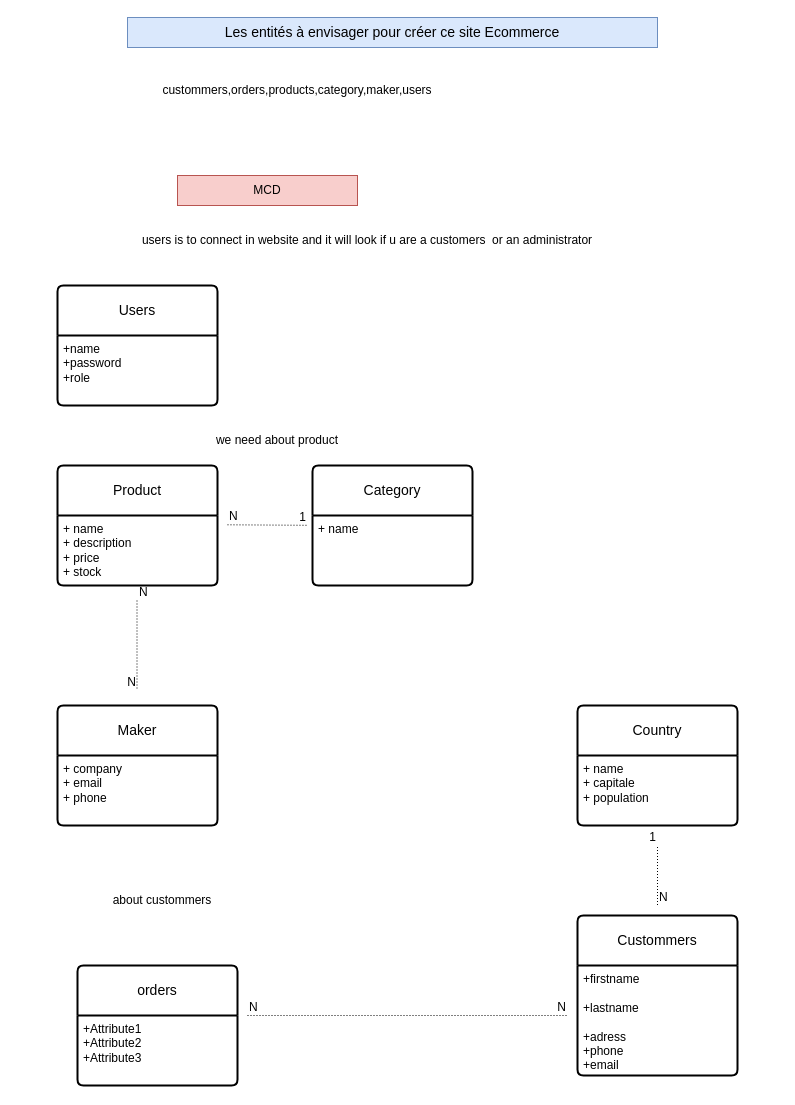
Earlier version of the draw.io diagram MCD-MLD-MPD(drawio)/MCD.drawio (Clement2909/SAYNA-MERISESQL-ECOMMERCE). Source tidied: cells renumbered, new cells numbered last; positions are measured from the earlier drawing's top-left corner, leaving out a move shared by most shapes. Both pictures are drawn from the tidied source at 100%, with x=0, y=0 at pixel (17, 17).
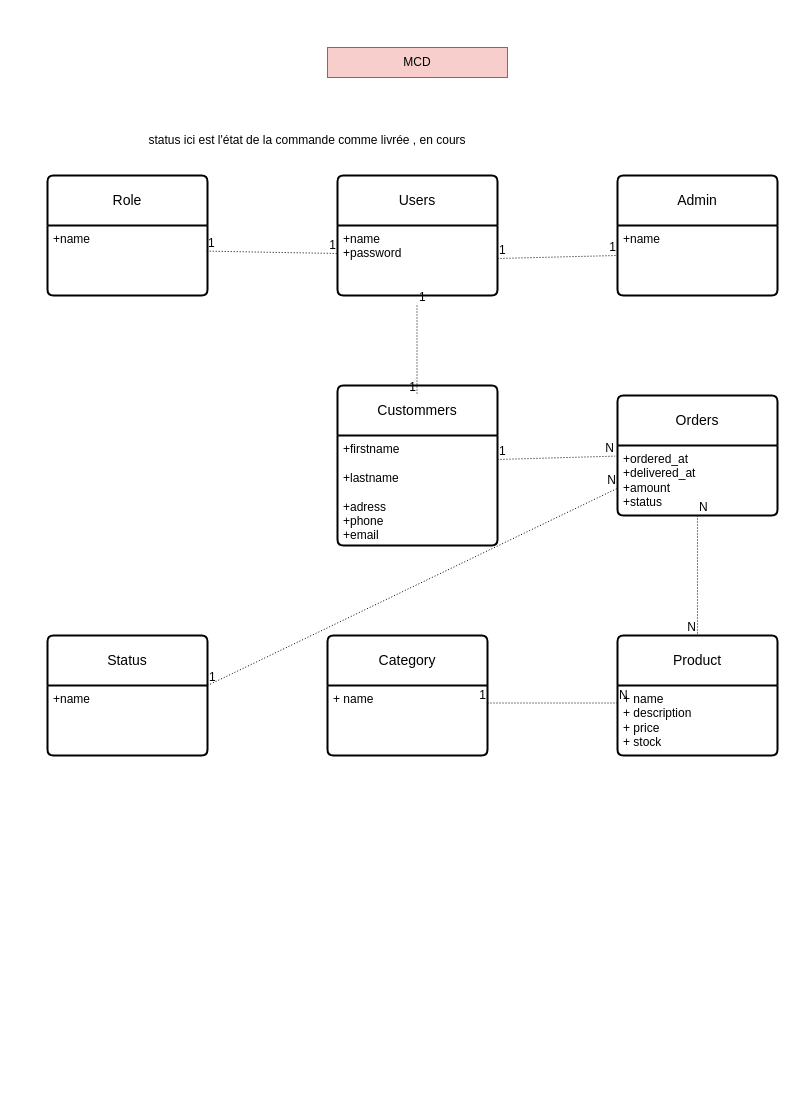
The same page after the edit.

The change refers to these unchanged cells:
```xml
<mxCell id="4" value="+ name&lt;br&gt;+ description&lt;div&gt;+ price&lt;div&gt;+ stock&lt;/div&gt;&lt;/div&gt;" style="align=left;strokeColor=none;fillColor=none;spacingLeft=4;fontSize=12;verticalAlign=top;html=1;" parent="3" vertex="1">
  <mxGeometry y="50" width="160" height="70" as="geometry" />
</mxCell>
<mxCell id="6" value="+ name&lt;div&gt;&lt;br/&gt;&lt;/div&gt;" style="align=left;strokeColor=none;fillColor=none;spacingLeft=4;fontSize=12;verticalAlign=top;html=1;" parent="5" vertex="1">
  <mxGeometry y="50" width="160" height="70" as="geometry" />
</mxCell>
```

What changed in the source:
```diff
@@
-    <mxCell id="2" value="&lt;font style=&quot;font-size: 14px;&quot;&gt;Les entités à envisager pour créer ce site Ecommerce&lt;/font&gt;" style="text;html=1;align=center;verticalAlign=middle;whiteSpace=wrap;rounded=0;fillColor=#dae8fc;strokeColor=#6c8ebf;" parent="1" vertex="1">
-      <mxGeometry x="110" width="530" height="30" as="geometry" />
-    </mxCell>
     <mxCell id="3" value="Product" style="swimlane;horizontal=1;startSize=50;rounded=1;fontSize=14;fontStyle=0;strokeWidth=2;shadow=0;dashed=0;align=center;arcSize=4;whiteSpace=wrap;html=1;" parent="1" vertex="1">
-      <mxGeometry x="40" y="448" width="160" height="120" as="geometry" />
+      <mxGeometry x="600" y="618" width="160" height="120" as="geometry" />
     </mxCell>
@@
     <mxCell id="5" value="Category" style="swimlane;horizontal=1;startSize=50;rounded=1;fontSize=14;fontStyle=0;strokeWidth=2;shadow=0;dashed=0;align=center;arcSize=4;whiteSpace=wrap;html=1;" parent="1" vertex="1">
-      <mxGeometry x="295" y="448" width="160" height="120" as="geometry" />
+      <mxGeometry x="310" y="618" width="160" height="120" as="geometry" />
     </mxCell>
@@
-    <mxCell id="7" value="Maker" style="swimlane;horizontal=1;startSize=50;rounded=1;fontSize=14;fontStyle=0;strokeWidth=2;shadow=0;dashed=0;align=center;arcSize=4;whiteSpace=wrap;html=1;" parent="1" vertex="1">
-      <mxGeometry x="40" y="688" width="160" height="120" as="geometry" />
-    </mxCell>
-    <mxCell id="8" value="+ company&lt;br&gt;+ email&lt;div&gt;&lt;span style=&quot;background-color: initial;&quot;&gt;+ phone&lt;/span&gt;&lt;/div&gt;" style="align=left;strokeColor=none;fillColor=none;spacingLeft=4;fontSize=12;verticalAlign=top;html=1;" parent="7" vertex="1">
-      <mxGeometry y="50" width="160" height="70" as="geometry" />
-    </mxCell>
-    <mxCell id="9" value="Country" style="swimlane;horizontal=1;startSize=50;rounded=1;fontSize=14;fontStyle=0;strokeWidth=2;shadow=0;dashed=0;align=center;arcSize=4;whiteSpace=wrap;html=1;" parent="1" vertex="1">
-      <mxGeometry x="560" y="688" width="160" height="120" as="geometry" />
-    </mxCell>
-    <mxCell id="10" value="+ name&lt;br&gt;+ capitale&lt;br&gt;+ population" style="align=left;strokeColor=none;fillColor=none;spacingLeft=4;fontSize=12;verticalAlign=top;html=1;" parent="9" vertex="1">
-      <mxGeometry y="50" width="160" height="70" as="geometry" />
-    </mxCell>
     <mxCell id="11" value="MCD" style="text;html=1;align=center;verticalAlign=middle;whiteSpace=wrap;rounded=0;fillColor=#f8cecc;strokeColor=#b85450;" parent="1" vertex="1">
-      <mxGeometry x="160" y="158" width="180" height="30" as="geometry" />
+      <mxGeometry x="310" y="30" width="180" height="30" as="geometry" />
     </mxCell>
-    <mxCell id="12" style="endArrow=none;html=1;rounded=0;dashed=1;dashPattern=1 2;" parent="1" edge="1">
-      <mxGeometry relative="1" as="geometry">
-        <mxPoint x="210" y="507.3" as="sourcePoint" />
-        <mxPoint x="290" y="507.8" as="targetPoint" />
-      </mxGeometry>
+    <mxCell id="12" style="endArrow=none;html=1;rounded=0;dashed=1;dashPattern=1 2;exitX=0;exitY=0.25;exitDx=0;exitDy=0;entryX=1;entryY=0.25;entryDx=0;entryDy=0;" parent="1" edge="1" source="4" target="6">
+      <mxGeometry relative="1" as="geometry" />
     </mxCell>
@@
-    <mxCell id="15" style="endArrow=none;html=1;rounded=0;dashed=1;dashPattern=1 2;" parent="1" edge="1">
-      <mxGeometry relative="1" as="geometry">
-        <mxPoint x="640" y="887.5" as="sourcePoint" />
-        <mxPoint x="640" y="828" as="targetPoint" />
-      </mxGeometry>
-    </mxCell>
-    <mxCell id="16" value="N" style="html=1;whiteSpace=wrap;align=left;verticalAlign=bottom;" parent="15" vertex="1">
-      <mxGeometry x="-1" relative="1" as="geometry" />
-    </mxCell>
-    <mxCell id="17" value="1" style="html=1;whiteSpace=wrap;align=right;verticalAlign=bottom;" parent="15" vertex="1">
-      <mxGeometry x="1" relative="1" as="geometry" />
-    </mxCell>
-    <mxCell id="18" style="endArrow=none;html=1;rounded=0;dashed=1;dashPattern=1 2;" parent="1" edge="1">
-      <mxGeometry relative="1" as="geometry">
-        <mxPoint x="119.5" y="583" as="sourcePoint" />
-        <mxPoint x="119.5" y="673" as="targetPoint" />
-      </mxGeometry>
-    </mxCell>
-    <mxCell id="19" value="N" style="html=1;whiteSpace=wrap;align=left;verticalAlign=bottom;" parent="18" vertex="1">
-      <mxGeometry x="-1" relative="1" as="geometry" />
-    </mxCell>
-    <mxCell id="20" value="N" style="html=1;whiteSpace=wrap;align=right;verticalAlign=bottom;" parent="18" vertex="1">
-      <mxGeometry x="1" relative="1" as="geometry" />
-    </mxCell>
-    <mxCell id="21" value="custommers,orders,products,category,maker,users" style="text;html=1;align=center;verticalAlign=middle;whiteSpace=wrap;rounded=0;" parent="1" vertex="1">
-      <mxGeometry x="50" y="58" width="460" height="30" as="geometry" />
-    </mxCell>
     <mxCell id="22" value="Users" style="swimlane;horizontal=1;startSize=50;rounded=1;fontSize=14;fontStyle=0;strokeWidth=2;shadow=0;dashed=0;align=center;arcSize=4;whiteSpace=wrap;html=1;" parent="1" vertex="1">
-      <mxGeometry x="40" y="268" width="160" height="120" as="geometry" />
+      <mxGeometry x="320" y="158" width="160" height="120" as="geometry" />
     </mxCell>
-    <mxCell id="23" value="+name&lt;br&gt;+password&lt;br&gt;+role" style="align=left;strokeColor=none;fillColor=none;spacingLeft=4;fontSize=12;verticalAlign=top;html=1;" parent="22" vertex="1">
+    <mxCell id="23" value="+name&lt;br&gt;+password&lt;div&gt;&lt;br/&gt;&lt;/div&gt;" style="align=left;strokeColor=none;fillColor=none;spacingLeft=4;fontSize=12;verticalAlign=top;html=1;" parent="22" vertex="1">
       <mxGeometry y="50" width="160" height="70" as="geometry" />
     </mxCell>
-    <mxCell id="24" value="users is to connect in website and it will look if u are a customers&amp;nbsp; or an administrator" style="text;html=1;align=center;verticalAlign=middle;whiteSpace=wrap;rounded=0;" parent="1" vertex="1">
-      <mxGeometry x="60" y="208" width="580" height="30" as="geometry" />
-    </mxCell>
-    <mxCell id="25" value="we need about product" style="text;html=1;align=center;verticalAlign=middle;whiteSpace=wrap;rounded=0;" parent="1" vertex="1">
-      <mxGeometry x="70" y="408" width="380" height="30" as="geometry" />
-    </mxCell>
-    <mxCell id="26" value="about custommers" style="text;html=1;align=center;verticalAlign=middle;whiteSpace=wrap;rounded=0;" parent="1" vertex="1">
-      <mxGeometry y="868" width="290" height="30" as="geometry" />
-    </mxCell>
     <mxCell id="27" value="Custommers" style="swimlane;horizontal=1;startSize=50;rounded=1;fontSize=14;fontStyle=0;strokeWidth=2;shadow=0;dashed=0;align=center;arcSize=4;whiteSpace=wrap;html=1;" parent="1" vertex="1">
-      <mxGeometry x="560" y="898" width="160" height="160" as="geometry" />
+      <mxGeometry x="320" y="368" width="160" height="160" as="geometry" />
     </mxCell>
@@
-    <mxCell id="29" value="orders" style="swimlane;horizontal=1;startSize=50;rounded=1;fontSize=14;fontStyle=0;strokeWidth=2;shadow=0;dashed=0;align=center;arcSize=4;whiteSpace=wrap;html=1;" parent="1" vertex="1">
-      <mxGeometry x="60" y="948" width="160" height="120" as="geometry" />
+    <mxCell id="29" value="Orders" style="swimlane;horizontal=1;startSize=50;rounded=1;fontSize=14;fontStyle=0;strokeWidth=2;shadow=0;dashed=0;align=center;arcSize=4;whiteSpace=wrap;html=1;" parent="1" vertex="1">
+      <mxGeometry x="600" y="378" width="160" height="120" as="geometry" />
     </mxCell>
-    <mxCell id="30" value="+Attribute1&#10;+Attribute2&#10;+Attribute3" style="align=left;strokeColor=none;fillColor=none;spacingLeft=4;fontSize=12;verticalAlign=top;html=1;" parent="29" vertex="1">
+    <mxCell id="30" value="+ordered_at&lt;div&gt;+delivered_at&lt;br&gt;&lt;div&gt;+amount&lt;/div&gt;&lt;div&gt;+status&lt;/div&gt;&lt;/div&gt;" style="align=left;strokeColor=none;fillColor=none;spacingLeft=4;fontSize=12;verticalAlign=top;html=1;" parent="29" vertex="1">
       <mxGeometry y="50" width="160" height="70" as="geometry" />
     </mxCell>
-    <mxCell id="31" style="endArrow=none;html=1;rounded=0;dashed=1;dashPattern=1 2;" parent="1" edge="1">
-      <mxGeometry relative="1" as="geometry">
-        <mxPoint x="230" y="998" as="sourcePoint" />
-        <mxPoint x="550" y="998" as="targetPoint" />
-      </mxGeometry>
-    </mxCell>
-    <mxCell id="32" value="N" style="html=1;whiteSpace=wrap;align=left;verticalAlign=bottom;" parent="31" vertex="1">
-      <mxGeometry x="-1" relative="1" as="geometry" />
-    </mxCell>
-    <mxCell id="33" value="N" style="html=1;whiteSpace=wrap;align=right;verticalAlign=bottom;" parent="31" vertex="1">
-      <mxGeometry x="1" relative="1" as="geometry" />
-    </mxCell>
+    <mxCell id="34" value="Role" style="swimlane;horizontal=1;startSize=50;rounded=1;fontSize=14;fontStyle=0;strokeWidth=2;shadow=0;dashed=0;align=center;arcSize=4;whiteSpace=wrap;html=1;" parent="1" vertex="1">
+      <mxGeometry x="30" y="158" width="160" height="120" as="geometry" />
+    </mxCell>
+    <mxCell id="35" value="+name" style="align=left;strokeColor=none;fillColor=none;spacingLeft=4;fontSize=12;verticalAlign=top;html=1;" parent="34" vertex="1">
+      <mxGeometry y="50" width="160" height="70" as="geometry" />
+    </mxCell>
+    <mxCell id="36" value="Admin" style="swimlane;horizontal=1;startSize=50;rounded=1;fontSize=14;fontStyle=0;strokeWidth=2;shadow=0;dashed=0;align=center;arcSize=4;whiteSpace=wrap;html=1;" parent="1" vertex="1">
+      <mxGeometry x="600" y="158" width="160" height="120" as="geometry" />
+    </mxCell>
+    <mxCell id="37" value="+name" style="align=left;strokeColor=none;fillColor=none;spacingLeft=4;fontSize=12;verticalAlign=top;html=1;" parent="36" vertex="1">
+      <mxGeometry y="50" width="160" height="70" as="geometry" />
+    </mxCell>
+    <mxCell id="38" style="endArrow=none;html=1;rounded=0;dashed=1;dashPattern=1 2;exitX=0.995;exitY=0.366;exitDx=0;exitDy=0;exitPerimeter=0;" parent="1" edge="1" source="35">
+      <mxGeometry relative="1" as="geometry">
+        <mxPoint x="320" y="236" as="targetPoint" />
+      </mxGeometry>
+    </mxCell>
+    <mxCell id="39" value="1" style="html=1;whiteSpace=wrap;align=left;verticalAlign=bottom;" parent="38" vertex="1">
+      <mxGeometry x="-1" relative="1" as="geometry" />
+    </mxCell>
+    <mxCell id="40" value="1" style="html=1;whiteSpace=wrap;align=right;verticalAlign=bottom;" parent="38" vertex="1">
+      <mxGeometry x="1" relative="1" as="geometry" />
+    </mxCell>
+    <mxCell id="41" style="endArrow=none;html=1;rounded=0;dashed=1;dashPattern=1 2;" parent="1" edge="1" source="23">
+      <mxGeometry relative="1" as="geometry">
+        <mxPoint x="600" y="238" as="targetPoint" />
+      </mxGeometry>
+    </mxCell>
+    <mxCell id="42" value="1" style="html=1;whiteSpace=wrap;align=left;verticalAlign=bottom;" parent="41" vertex="1">
+      <mxGeometry x="-1" relative="1" as="geometry" />
+    </mxCell>
+    <mxCell id="43" value="1" style="html=1;whiteSpace=wrap;align=right;verticalAlign=bottom;" parent="41" vertex="1">
+      <mxGeometry x="1" relative="1" as="geometry" />
+    </mxCell>
+    <mxCell id="44" style="endArrow=none;html=1;rounded=0;dashed=1;dashPattern=1 2;exitX=0.75;exitY=1;exitDx=0;exitDy=0;entryX=0.75;entryY=0;entryDx=0;entryDy=0;" parent="1" edge="1">
+      <mxGeometry relative="1" as="geometry">
+        <mxPoint x="399.5" y="288" as="sourcePoint" />
+        <mxPoint x="399.5" y="378" as="targetPoint" />
+      </mxGeometry>
+    </mxCell>
+    <mxCell id="45" value="1" style="html=1;whiteSpace=wrap;align=left;verticalAlign=bottom;" parent="44" vertex="1">
+      <mxGeometry x="-1" relative="1" as="geometry" />
+    </mxCell>
+    <mxCell id="46" value="1" style="html=1;whiteSpace=wrap;align=right;verticalAlign=bottom;" parent="44" vertex="1">
+      <mxGeometry x="1" relative="1" as="geometry" />
+    </mxCell>
+    <mxCell id="47" style="endArrow=none;html=1;rounded=0;dashed=1;dashPattern=1 2;entryX=-0.015;entryY=0.152;entryDx=0;entryDy=0;entryPerimeter=0;" parent="1" edge="1" target="30">
+      <mxGeometry relative="1" as="geometry">
+        <mxPoint x="480" y="442" as="sourcePoint" />
+      </mxGeometry>
+    </mxCell>
+    <mxCell id="48" value="1" style="html=1;whiteSpace=wrap;align=left;verticalAlign=bottom;" parent="47" vertex="1">
+      <mxGeometry x="-1" relative="1" as="geometry" />
+    </mxCell>
+    <mxCell id="49" value="N" style="html=1;whiteSpace=wrap;align=right;verticalAlign=bottom;" parent="47" vertex="1">
+      <mxGeometry x="1" relative="1" as="geometry" />
+    </mxCell>
+    <mxCell id="50" style="endArrow=none;html=1;rounded=0;dashed=1;dashPattern=1 2;exitX=0.5;exitY=1;exitDx=0;exitDy=0;entryX=0.5;entryY=0;entryDx=0;entryDy=0;" parent="1" edge="1" source="30" target="3">
+      <mxGeometry relative="1" as="geometry" />
+    </mxCell>
+    <mxCell id="51" value="N" style="html=1;whiteSpace=wrap;align=left;verticalAlign=bottom;" parent="50" vertex="1">
+      <mxGeometry x="-1" relative="1" as="geometry" />
+    </mxCell>
+    <mxCell id="52" value="N" style="html=1;whiteSpace=wrap;align=right;verticalAlign=bottom;" parent="50" vertex="1">
+      <mxGeometry x="1" relative="1" as="geometry" />
+    </mxCell>
+    <mxCell id="53" value="Status" style="swimlane;horizontal=1;startSize=50;rounded=1;fontSize=14;fontStyle=0;strokeWidth=2;shadow=0;dashed=0;align=center;arcSize=4;whiteSpace=wrap;html=1;" parent="1" vertex="1">
+      <mxGeometry x="30" y="618" width="160" height="120" as="geometry" />
+    </mxCell>
+    <mxCell id="54" value="+name" style="align=left;strokeColor=none;fillColor=none;spacingLeft=4;fontSize=12;verticalAlign=top;html=1;" parent="53" vertex="1">
+      <mxGeometry y="50" width="160" height="70" as="geometry" />
+    </mxCell>
+    <mxCell id="55" style="endArrow=none;html=1;rounded=0;dashed=1;dashPattern=1 2;entryX=0.001;entryY=0.61;entryDx=0;entryDy=0;entryPerimeter=0;exitX=1;exitY=0;exitDx=0;exitDy=0;" parent="1" edge="1" source="54" target="30">
+      <mxGeometry relative="1" as="geometry" />
+    </mxCell>
+    <mxCell id="56" value="1" style="html=1;whiteSpace=wrap;align=left;verticalAlign=bottom;" parent="55" vertex="1">
+      <mxGeometry x="-1" relative="1" as="geometry" />
+    </mxCell>
+    <mxCell id="57" value="N" style="html=1;whiteSpace=wrap;align=right;verticalAlign=bottom;" parent="55" vertex="1">
+      <mxGeometry x="1" relative="1" as="geometry" />
+    </mxCell>
+    <mxCell id="58" value="status ici est l'état de la commande comme livrée , en cours" style="text;html=1;align=center;verticalAlign=middle;whiteSpace=wrap;rounded=0;" parent="1" vertex="1">
+      <mxGeometry x="50" y="108" width="480" height="30" as="geometry" />
+    </mxCell>
```
